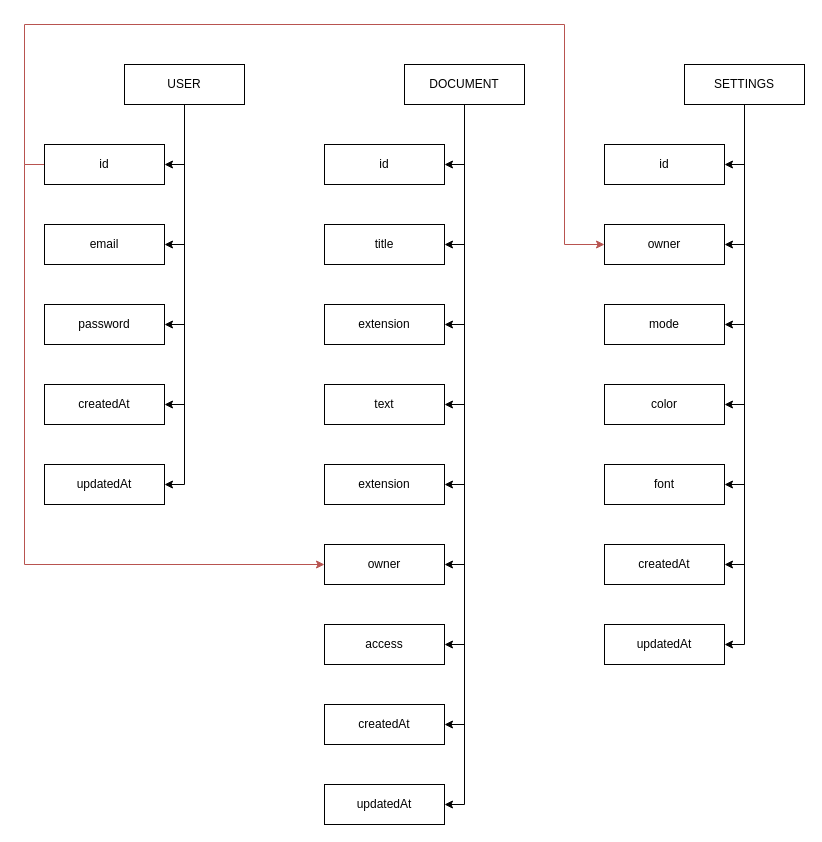
Above: WallE.drawio in GeorgeShvab/diagrams (draw.io), before the change. Source tidied: cells renumbered, new cells numbered last; positions are measured from the earlier drawing's top-left corner, leaving out a move shared by most shapes. Both pictures are drawn from the tidied source at 100%, with x=0, y=0 at pixel (24, 24).
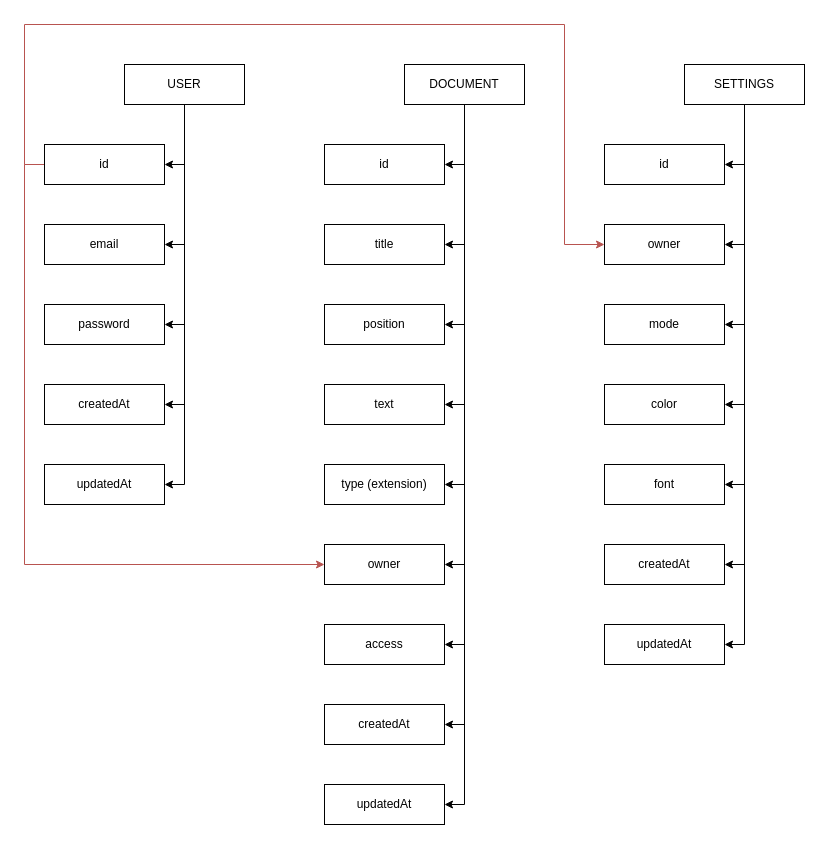
The same page after the edit.

The edit, as a diff of the source:
```diff
@@
-    <mxCell id="32" value="extension" style="rounded=0;whiteSpace=wrap;html=1;" parent="1" vertex="1">
+    <mxCell id="32" value="position" style="rounded=0;whiteSpace=wrap;html=1;" parent="1" vertex="1">
       <mxGeometry x="300" y="280" width="120" height="40" as="geometry" />
     </mxCell>
@@
-    <mxCell id="35" value="extension" style="rounded=0;whiteSpace=wrap;html=1;" parent="1" vertex="1">
+    <mxCell id="35" value="type (extension)" style="rounded=0;whiteSpace=wrap;html=1;" parent="1" vertex="1">
       <mxGeometry x="300" y="440" width="120" height="40" as="geometry" />
     </mxCell>
```
